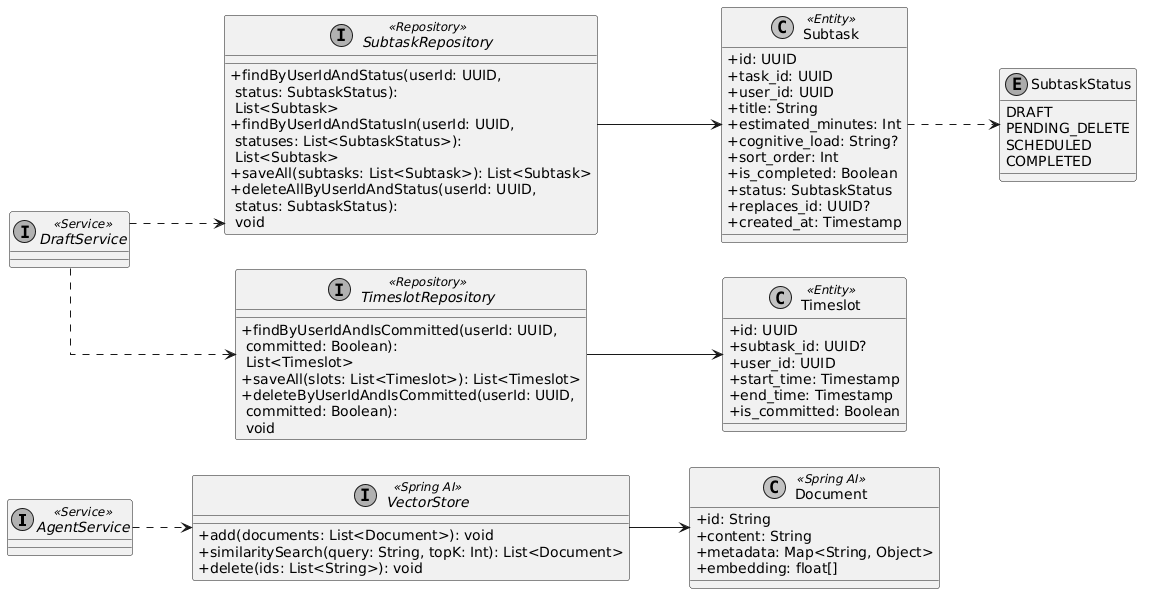
This is picture/diagrams/class_repository_agent.png from Hohichh/Diploma-project-notes, a PlantUML export, as it was before one commit. Its diagram source:
```plantuml
@startuml
skinparam monochrome true
skinparam shadowing false
skinparam defaultFontName Arial
skinparam classAttributeIconSize 0
skinparam linetype ortho
left to right direction

interface AgentService <<Service>>
interface DraftService <<Service>>

enum SubtaskStatus {
    DRAFT
    PENDING_DELETE
    SCHEDULED
    COMPLETED
}

class Subtask <<Entity>> {
    + id: UUID
    + task_id: UUID
    + user_id: UUID
    + title: String
    + estimated_minutes: Int
    + cognitive_load: String?
    + sort_order: Int
    + is_completed: Boolean
    + status: SubtaskStatus
    + replaces_id: UUID?
    + created_at: Timestamp
}

class Timeslot <<Entity>> {
    + id: UUID
    + subtask_id: UUID?
    + user_id: UUID
    + start_time: Timestamp
    + end_time: Timestamp
    + is_committed: Boolean
}

class Document <<Spring AI>> {
    + id: String
    + content: String
    + metadata: Map<String, Object>
    + embedding: float[]
}

interface SubtaskRepository <<Repository>> {
    + findByUserIdAndStatus(userId: UUID,\n status: SubtaskStatus):\n List<Subtask>
    + findByUserIdAndStatusIn(userId: UUID,\n statuses: List<SubtaskStatus>):\n List<Subtask>
    + saveAll(subtasks: List<Subtask>): List<Subtask>
    + deleteAllByUserIdAndStatus(userId: UUID,\n status: SubtaskStatus):\n void
}

interface TimeslotRepository <<Repository>> {
    + findByUserIdAndIsCommitted(userId: UUID,\n committed: Boolean):\n List<Timeslot>
    + saveAll(slots: List<Timeslot>): List<Timeslot>
    + deleteByUserIdAndIsCommitted(userId: UUID,\n committed: Boolean):\n void
}

interface VectorStore <<Spring AI>> {
    + add(documents: List<Document>): void
    + similaritySearch(query: String, topK: Int): List<Document>
    + delete(ids: List<String>): void
}

DraftService ..> SubtaskRepository
DraftService ..> TimeslotRepository
AgentService ..> VectorStore

SubtaskRepository --> Subtask
TimeslotRepository --> Timeslot
VectorStore --> Document

Subtask ..> SubtaskStatus
@enduml
```
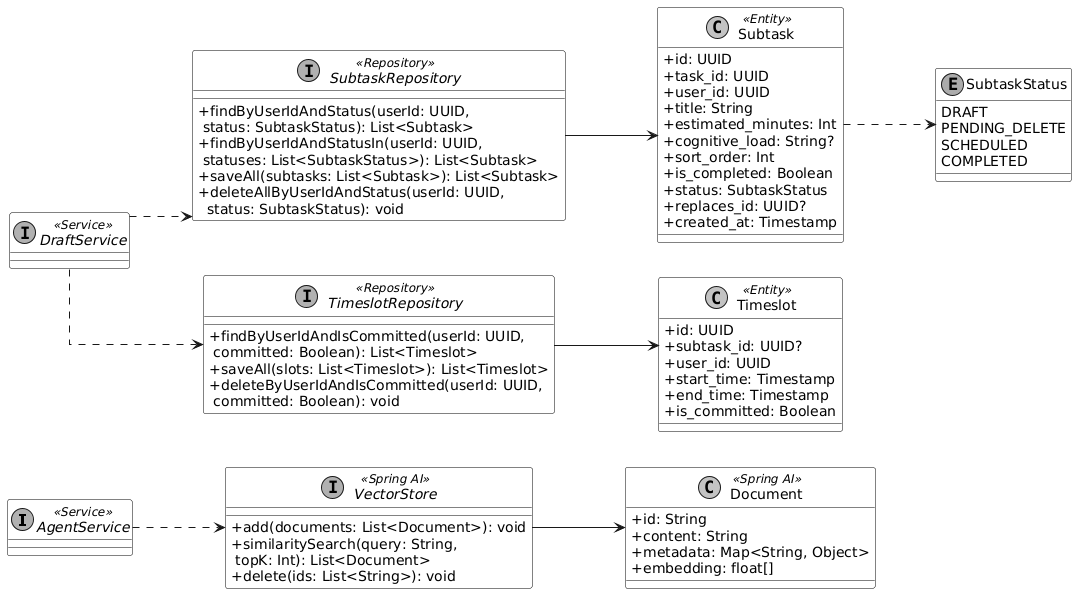
The same file after the commit.

Diff of the diagram source:
```diff
@@ -4,6 +4,10 @@
 skinparam defaultFontName Arial
 skinparam classAttributeIconSize 0
 skinparam linetype ortho
+skinparam classBackgroundColor transparent
+skinparam classBorderColor black
+skinparam classAttributeBackgroundColor transparent
+skinparam backgroundColor transparent
 left to right direction
 
 interface AgentService <<Service>>
@@ -47,21 +51,21 @@
 }
 
 interface SubtaskRepository <<Repository>> {
-    + findByUserIdAndStatus(userId: UUID,\n status: SubtaskStatus):\n List<Subtask>
-    + findByUserIdAndStatusIn(userId: UUID,\n statuses: List<SubtaskStatus>):\n List<Subtask>
+    + findByUserIdAndStatus(userId: UUID,\n status: SubtaskStatus): List<Subtask>
+    + findByUserIdAndStatusIn(userId: UUID,\n statuses: List<SubtaskStatus>): List<Subtask>
     + saveAll(subtasks: List<Subtask>): List<Subtask>
-    + deleteAllByUserIdAndStatus(userId: UUID,\n status: SubtaskStatus):\n void
+    + deleteAllByUserIdAndStatus(userId: UUID,\n  status: SubtaskStatus): void
 }
 
 interface TimeslotRepository <<Repository>> {
-    + findByUserIdAndIsCommitted(userId: UUID,\n committed: Boolean):\n List<Timeslot>
+    + findByUserIdAndIsCommitted(userId: UUID,\n committed: Boolean): List<Timeslot>
     + saveAll(slots: List<Timeslot>): List<Timeslot>
-    + deleteByUserIdAndIsCommitted(userId: UUID,\n committed: Boolean):\n void
+    + deleteByUserIdAndIsCommitted(userId: UUID,\n committed: Boolean): void
 }
 
 interface VectorStore <<Spring AI>> {
     + add(documents: List<Document>): void
-    + similaritySearch(query: String, topK: Int): List<Document>
+    + similaritySearch(query: String,\n topK: Int): List<Document>
     + delete(ids: List<String>): void
 }
 
```
